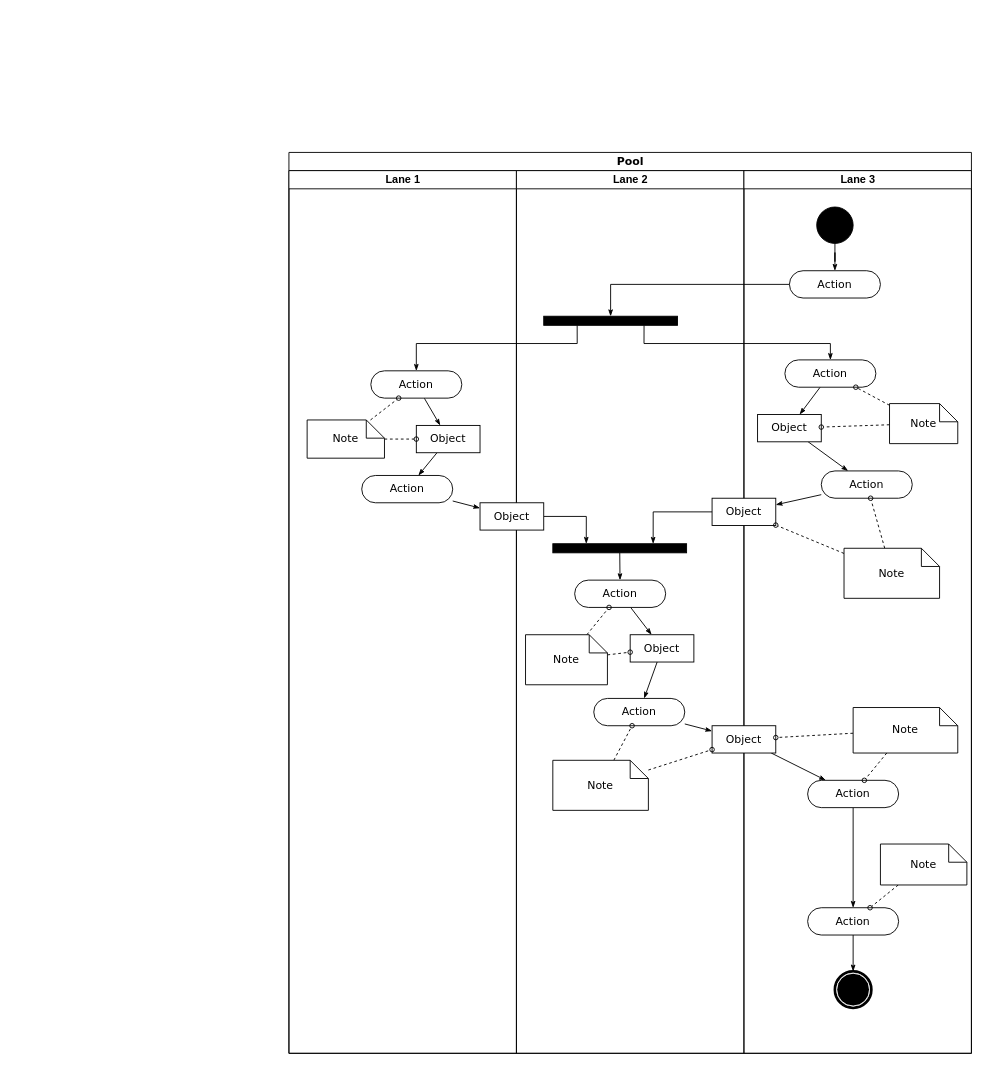
Earlier version of the draw.io diagram UML/ActivityDiagram.drawio (DevinWilliady/KendaraanBekasUML). Source tidied: cells renumbered, new cells numbered last; positions are measured from the earlier drawing's top-left corner, leaving out a move shared by most shapes. Both pictures are drawn from the tidied source at 91%, with x=0, y=0 at pixel (288, 152).
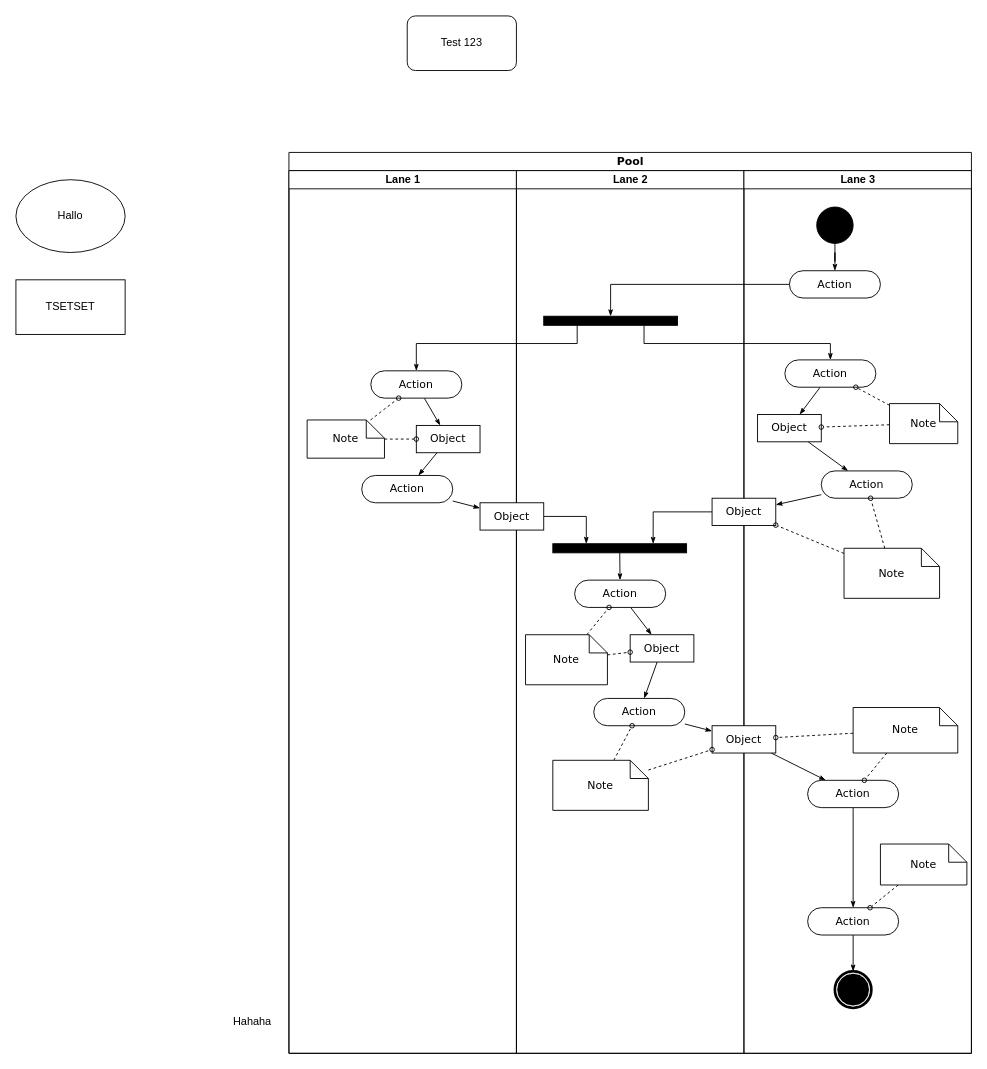
Above is the later version.

The edit, as a diff of the source:
```diff
@@
+    <mxCell id="64" value="Hahaha" style="text;html=1;strokeColor=none;fillColor=none;align=center;verticalAlign=middle;whiteSpace=wrap;rounded=0;" parent="1" vertex="1">
+      <mxGeometry x="-70" y="940" width="60" height="30" as="geometry" />
+    </mxCell>
+    <mxCell id="65" value="Test 123" style="rounded=1;whiteSpace=wrap;html=1;" parent="1" vertex="1">
+      <mxGeometry x="130" y="-150" width="120" height="60" as="geometry" />
+    </mxCell>
+    <mxCell id="66" value="TSETSET" style="rounded=0;whiteSpace=wrap;html=1;" parent="1" vertex="1">
+      <mxGeometry x="-300" y="140" width="120" height="60" as="geometry" />
+    </mxCell>
+    <mxCell id="67" value="Hallo" style="ellipse;whiteSpace=wrap;html=1;" parent="1" vertex="1">
+      <mxGeometry x="-300" y="30" width="120" height="80" as="geometry" />
+    </mxCell>
```
